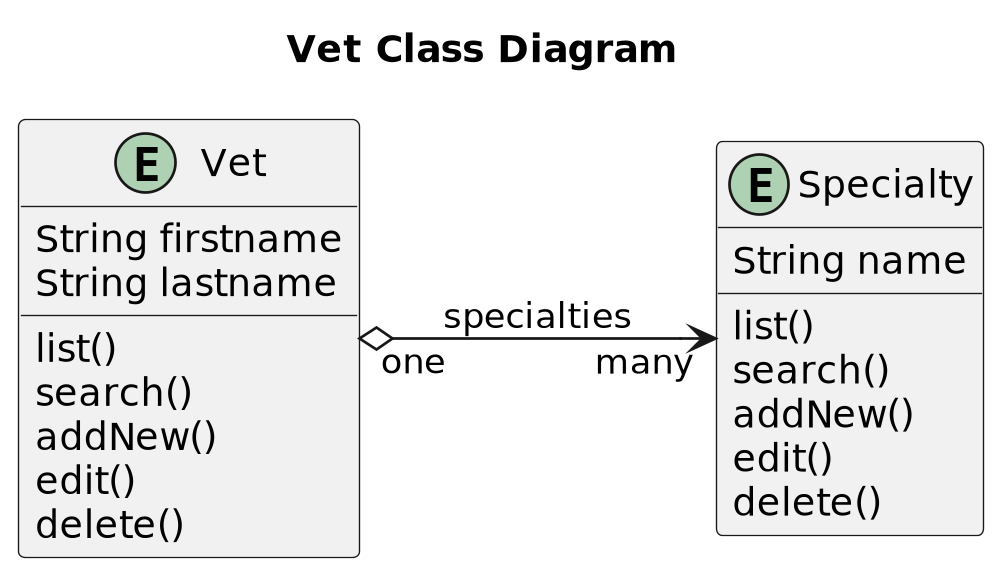
Before: etc/uml/vet/vet/Vet__Domain_Class_Modell-Vet_Class_Diagram.png, a diagram exported from PlantUML (Jakarta-EE-Petclinic/petclinic-uml).
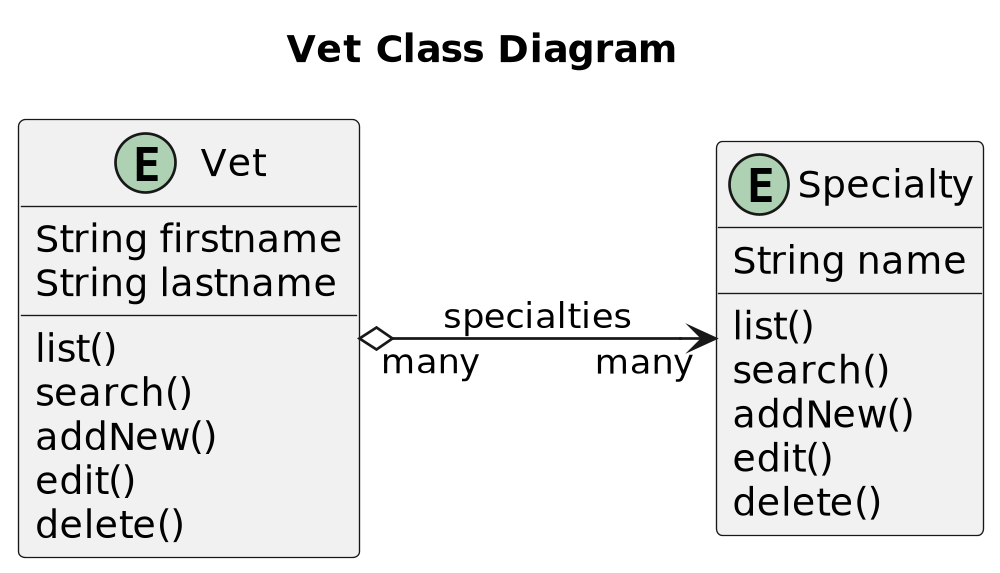
Above is the later version.

Change to the diagram source:
```diff
@@ -25,6 +25,6 @@
     delete()
 }
 
-Vet "one" o--> "many" Specialty: specialties
+Vet "many" o--> "many" Specialty: specialties
 
 @enduml
```
